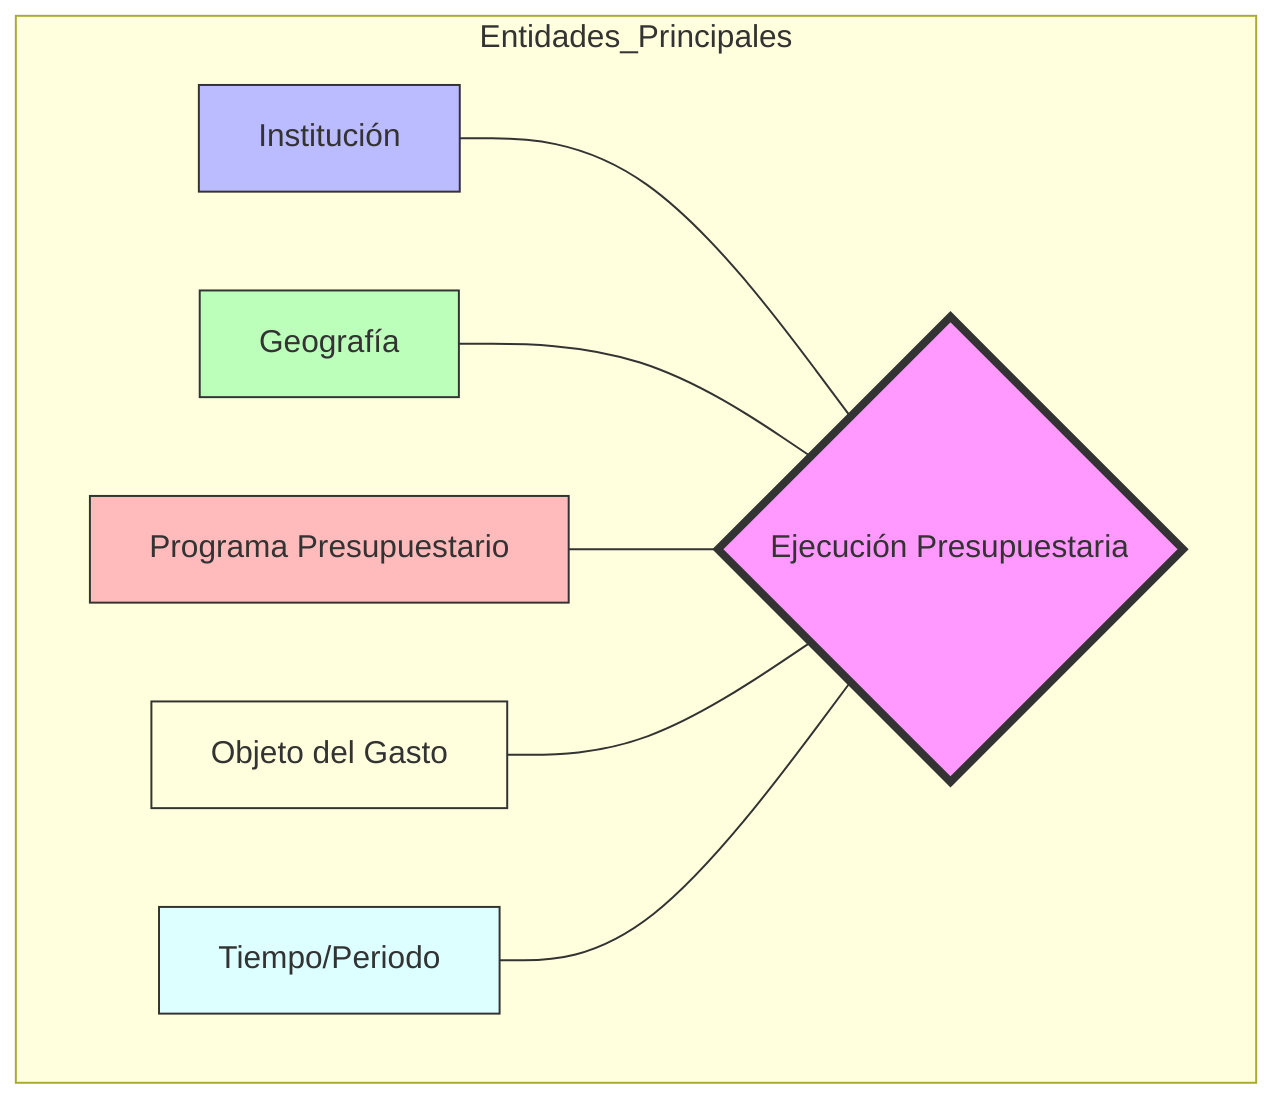
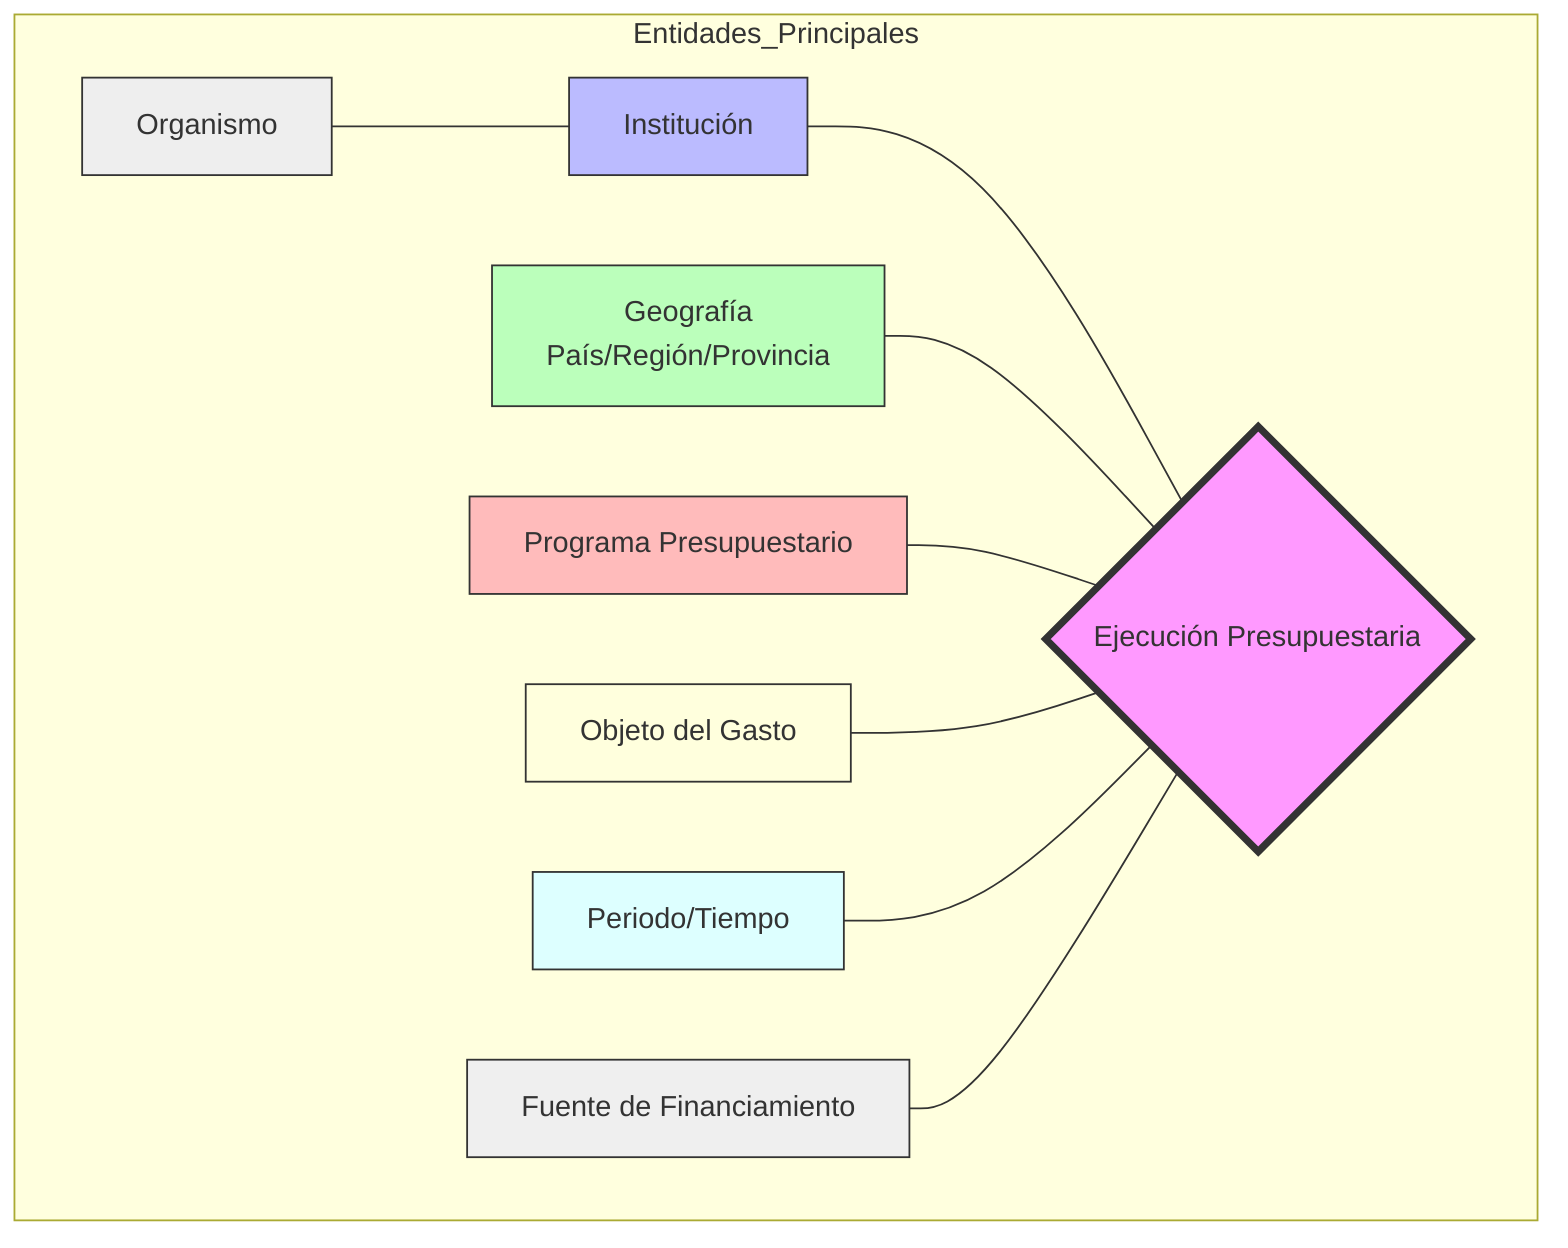
graph TD
    %% Modelo Conceptual - Presupuesto Nacional RD
    %% Autor: Lic. Manuel Mañana Santana

    subgraph Entidades_Principales
+         Organismo[Organismo]
        Institucion[Institución]
-         Geografia[Geografía]
+         Geografia[Geografía <br/> País/Región/Provincia]
        Programa[Programa Presupuestario]
        ObjetoGasto[Objeto del Gasto]
-         Tiempo[Tiempo/Periodo]
+         Periodo[Periodo/Tiempo]
+         FuenteFinanciamiento[Fuente de Financiamiento]
        Ejecucion{Ejecución Presupuestaria}
    end

+     Organismo --- Institucion
    Institucion --- Ejecucion
    Geografia --- Ejecucion
    Programa --- Ejecucion
    ObjetoGasto --- Ejecucion
-     Tiempo --- Ejecucion
+     Periodo --- Ejecucion
+     FuenteFinanciamiento --- Ejecucion

    style Ejecucion fill:#f9f,stroke:#333,stroke-width:4px
    style Institucion fill:#bbf,stroke:#333
    style Geografia fill:#bfb,stroke:#333
    style Programa fill:#fbb,stroke:#333
    style ObjetoGasto fill:#ffd,stroke:#333
-     style Tiempo fill:#dff,stroke:#333
+     style Periodo fill:#dff,stroke:#333
+     style Organismo fill:#eee,stroke:#333
+     style FuenteFinanciamiento fill:#efefef,stroke:#333
